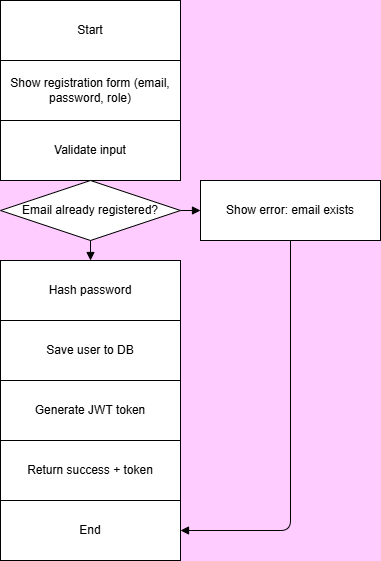
Before: flowcharts/data-flow-diagram.png, a diagram exported from draw.io (Ahmedhassan1990ali/alx-airbnb-project-documentation). Source tidied: cells renumbered, new cells last; positions are measured from the earlier drawing's top-left corner, leaving out a move shared by most shapes. The source it was exported from:
```xml
<mxGraphModel background="#FFCCFF">
  <root>
    <mxCell id="0" />
    <mxCell id="1" parent="0" />
    <mxCell id="2" value="Start" style="shape=terminator;whiteSpace=wrap;html=1;" parent="1" vertex="1">
      <mxGeometry width="180" height="60" as="geometry" />
    </mxCell>
    <mxCell id="3" value="Show registration form (email, password, role)" style="shape=rectangle;whiteSpace=wrap;html=1;" parent="1" vertex="1">
      <mxGeometry y="60" width="180" height="60" as="geometry" />
    </mxCell>
    <mxCell id="4" value="Validate input" style="shape=rectangle;whiteSpace=wrap;html=1;" parent="1" vertex="1">
      <mxGeometry y="120" width="180" height="60" as="geometry" />
    </mxCell>
    <mxCell id="5" value="Email already registered?" style="shape=rhombus;whiteSpace=wrap;html=1;" parent="1" vertex="1">
      <mxGeometry y="180" width="180" height="60" as="geometry" />
    </mxCell>
    <mxCell id="6" value="Show error: email exists" style="shape=rectangle;whiteSpace=wrap;html=1;" parent="1" vertex="1">
      <mxGeometry x="200" y="180" width="180" height="60" as="geometry" />
    </mxCell>
    <mxCell id="7" value="Hash password" style="shape=rectangle;whiteSpace=wrap;html=1;" parent="1" vertex="1">
      <mxGeometry y="260" width="180" height="60" as="geometry" />
    </mxCell>
    <mxCell id="8" value="Save user to DB" style="shape=rectangle;whiteSpace=wrap;html=1;" parent="1" vertex="1">
      <mxGeometry y="320" width="180" height="60" as="geometry" />
    </mxCell>
    <mxCell id="9" value="Generate JWT token" style="shape=rectangle;whiteSpace=wrap;html=1;" parent="1" vertex="1">
      <mxGeometry y="380" width="180" height="60" as="geometry" />
    </mxCell>
    <mxCell id="10" value="Return success + token" style="shape=rectangle;whiteSpace=wrap;html=1;" parent="1" vertex="1">
      <mxGeometry y="440" width="180" height="60" as="geometry" />
    </mxCell>
    <mxCell id="11" value="End" style="shape=terminator;whiteSpace=wrap;html=1;" parent="1" vertex="1">
      <mxGeometry y="500" width="180" height="60" as="geometry" />
    </mxCell>
    <mxCell id="12" style="endArrow=block;" parent="1" edge="1" source="2" target="3">
      <mxGeometry relative="1" as="geometry" />
    </mxCell>
    <mxCell id="13" style="endArrow=block;" parent="1" edge="1" source="3" target="4">
      <mxGeometry relative="1" as="geometry" />
    </mxCell>
    <mxCell id="14" style="endArrow=block;" parent="1" edge="1" source="4" target="5">
      <mxGeometry relative="1" as="geometry" />
    </mxCell>
    <mxCell id="15" style="endArrow=block;" parent="1" edge="1" source="5" target="6">
      <mxGeometry relative="1" as="geometry" />
    </mxCell>
    <mxCell id="16" style="endArrow=block;" parent="1" edge="1" source="5" target="7">
      <mxGeometry relative="1" as="geometry" />
    </mxCell>
    <mxCell id="17" style="endArrow=block;edgeStyle=elbowEdgeStyle;" parent="1" edge="1" source="6" target="11">
      <mxGeometry relative="1" as="geometry">
        <Array as="points">
          <mxPoint x="290" y="530" />
        </Array>
      </mxGeometry>
    </mxCell>
    <mxCell id="18" style="endArrow=block;" parent="1" edge="1" source="7" target="8">
      <mxGeometry relative="1" as="geometry" />
    </mxCell>
    <mxCell id="19" style="endArrow=block;" parent="1" edge="1" source="8" target="9">
      <mxGeometry relative="1" as="geometry" />
    </mxCell>
    <mxCell id="20" style="endArrow=block;" parent="1" edge="1" source="9" target="10">
      <mxGeometry relative="1" as="geometry" />
    </mxCell>
    <mxCell id="21" style="endArrow=block;" parent="1" edge="1" source="10" target="11">
      <mxGeometry relative="1" as="geometry" />
    </mxCell>
  </root>
</mxGraphModel>
```
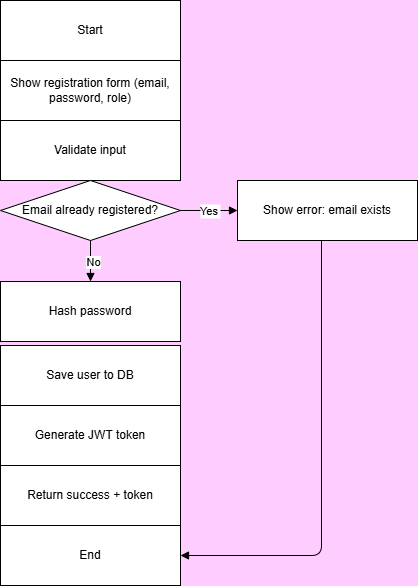
The same file after the commit.

Commit message:
Adding yes and no on the decision arrows in the flowchart

Diff of the diagram source:
```diff
@@ -15,22 +15,22 @@
       <mxGeometry y="180" width="180" height="60" as="geometry" />
     </mxCell>
     <mxCell id="6" value="Show error: email exists" style="shape=rectangle;whiteSpace=wrap;html=1;" parent="1" vertex="1">
-      <mxGeometry x="200" y="180" width="180" height="60" as="geometry" />
+      <mxGeometry x="237" y="180" width="180" height="60" as="geometry" />
     </mxCell>
     <mxCell id="7" value="Hash password" style="shape=rectangle;whiteSpace=wrap;html=1;" parent="1" vertex="1">
-      <mxGeometry y="260" width="180" height="60" as="geometry" />
+      <mxGeometry y="281" width="180" height="60" as="geometry" />
     </mxCell>
     <mxCell id="8" value="Save user to DB" style="shape=rectangle;whiteSpace=wrap;html=1;" parent="1" vertex="1">
-      <mxGeometry y="320" width="180" height="60" as="geometry" />
+      <mxGeometry y="345" width="180" height="60" as="geometry" />
     </mxCell>
     <mxCell id="9" value="Generate JWT token" style="shape=rectangle;whiteSpace=wrap;html=1;" parent="1" vertex="1">
-      <mxGeometry y="380" width="180" height="60" as="geometry" />
+      <mxGeometry y="405" width="180" height="60" as="geometry" />
     </mxCell>
     <mxCell id="10" value="Return success + token" style="shape=rectangle;whiteSpace=wrap;html=1;" parent="1" vertex="1">
-      <mxGeometry y="440" width="180" height="60" as="geometry" />
+      <mxGeometry y="465" width="180" height="60" as="geometry" />
     </mxCell>
     <mxCell id="11" value="End" style="shape=terminator;whiteSpace=wrap;html=1;" parent="1" vertex="1">
-      <mxGeometry y="500" width="180" height="60" as="geometry" />
+      <mxGeometry y="525" width="180" height="60" as="geometry" />
     </mxCell>
     <mxCell id="12" style="endArrow=block;" parent="1" edge="1" source="2" target="3">
       <mxGeometry relative="1" as="geometry" />
@@ -41,21 +41,26 @@
     <mxCell id="14" style="endArrow=block;" parent="1" edge="1" source="4" target="5">
       <mxGeometry relative="1" as="geometry" />
     </mxCell>
-    <mxCell id="15" style="endArrow=block;" parent="1" edge="1" source="5" target="6">
+    <mxCell id="15" value="Yes" style="endArrow=block;" parent="1" edge="1" source="5" target="6">
       <mxGeometry relative="1" as="geometry" />
     </mxCell>
     <mxCell id="16" style="endArrow=block;" parent="1" edge="1" source="5" target="7">
       <mxGeometry relative="1" as="geometry" />
     </mxCell>
+    <mxCell id="22" value="No" style="edgeLabel;html=1;align=center;verticalAlign=middle;" parent="16" vertex="1">
+      <mxGeometry y="2" relative="1" as="geometry" />
+    </mxCell>
     <mxCell id="17" style="endArrow=block;edgeStyle=elbowEdgeStyle;" parent="1" edge="1" source="6" target="11">
       <mxGeometry relative="1" as="geometry">
         <Array as="points">
-          <mxPoint x="290" y="530" />
+          <mxPoint x="321" y="524" />
         </Array>
       </mxGeometry>
     </mxCell>
-    <mxCell id="18" style="endArrow=block;" parent="1" edge="1" source="7" target="8">
-      <mxGeometry relative="1" as="geometry" />
+    <mxCell id="18" style="endArrow=block;" parent="1" edge="1" target="8">
+      <mxGeometry relative="1" as="geometry">
+        <mxPoint x="90" y="345" as="sourcePoint" />
+      </mxGeometry>
     </mxCell>
     <mxCell id="19" style="endArrow=block;" parent="1" edge="1" source="8" target="9">
       <mxGeometry relative="1" as="geometry" />
```
